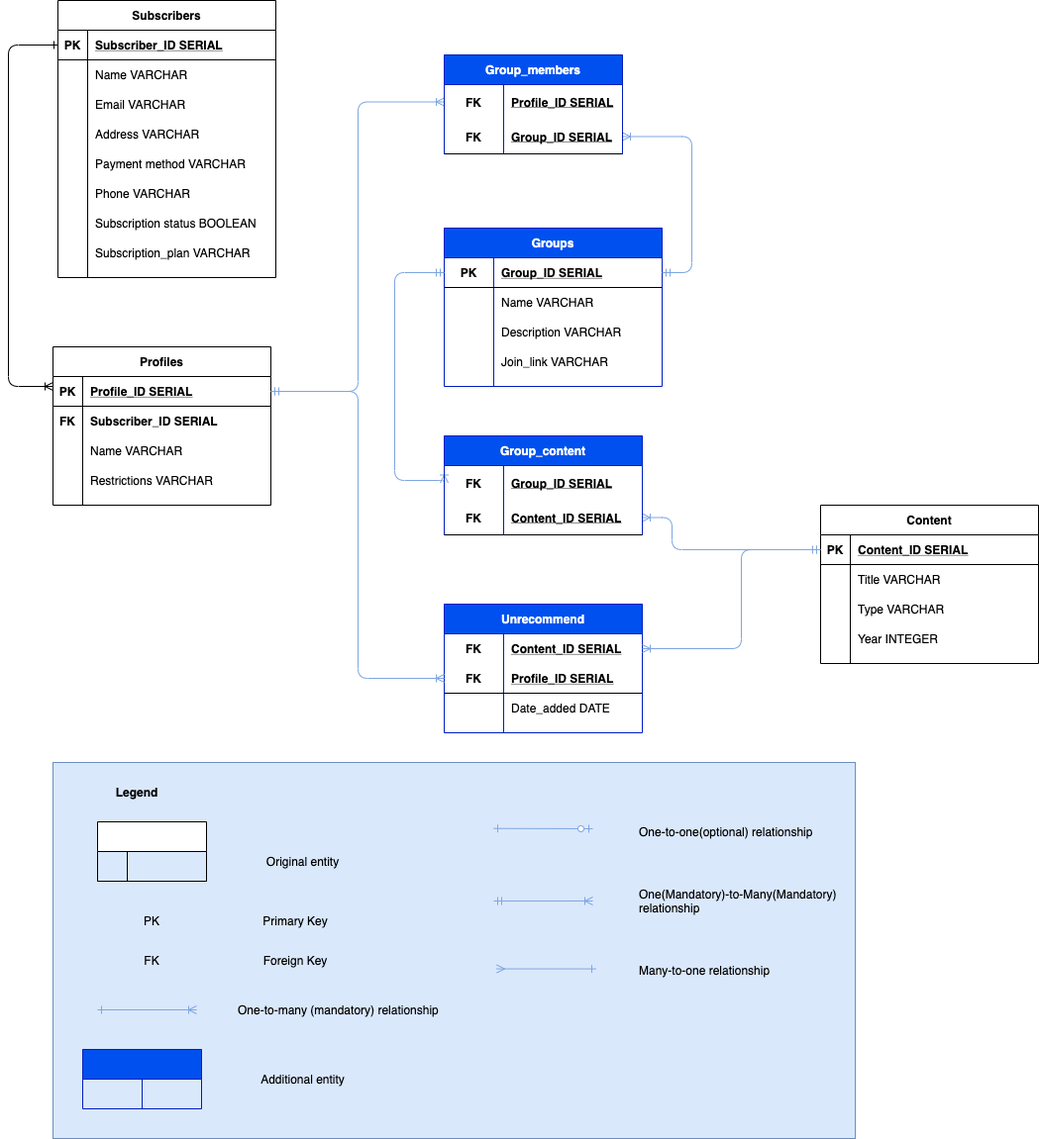
Before: docs/erd.png, a diagram exported from draw.io (ashley190/T3A3). Source tidied: cells renumbered, new cells last; positions are measured from the earlier drawing's top-left corner, leaving out a move shared by most shapes.
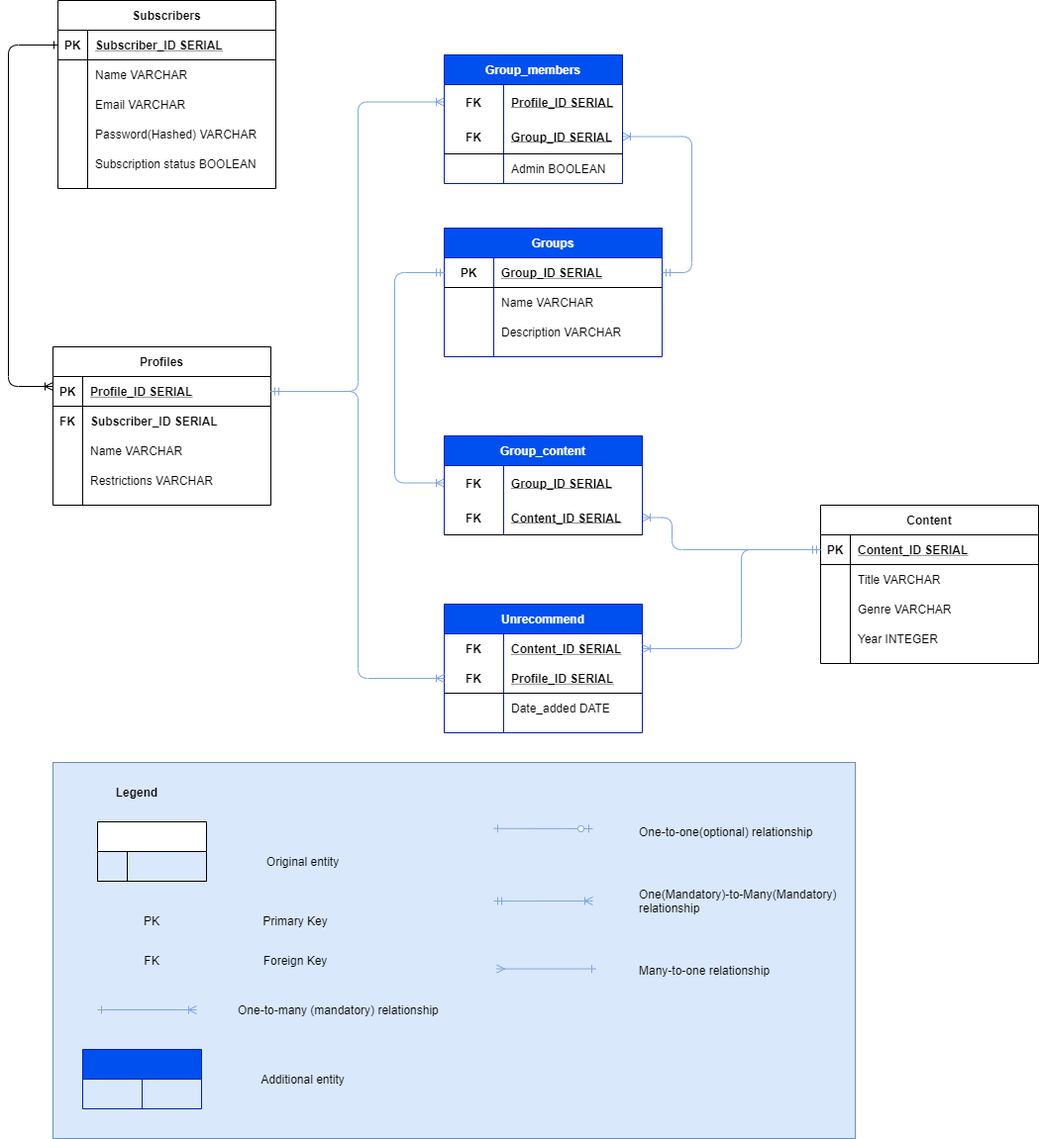
After the change.

What changed in the source:
```diff
@@ -71,7 +71,7 @@
     <mxCell id="24" style="shape=partialRectangle;fillColor=none;top=0;left=0;bottom=0;right=0;overflow=hidden;" parent="23" vertex="1">
       <mxGeometry width="30" height="30" as="geometry" />
     </mxCell>
-    <mxCell id="25" value="Type VARCHAR" style="shape=partialRectangle;fillColor=none;top=0;left=0;bottom=0;right=0;align=left;spacingLeft=6;overflow=hidden;" parent="23" vertex="1">
+    <mxCell id="25" value="Genre VARCHAR" style="shape=partialRectangle;fillColor=none;top=0;left=0;bottom=0;right=0;align=left;spacingLeft=6;overflow=hidden;" parent="23" vertex="1">
       <mxGeometry x="30" width="190" height="30" as="geometry" />
     </mxCell>
     <mxCell id="26" style="shape=partialRectangle;fillColor=none;top=0;left=0;bottom=0;right=0;" parent="16" vertex="1">
@@ -150,7 +150,7 @@
       <mxGeometry x="635" y="970" width="230" height="20" as="geometry" />
     </mxCell>
     <mxCell id="47" value="Groups" style="shape=table;startSize=30;rowLines=0;fontStyle=1;align=center;fillColor=#0050ef;strokeColor=#001DBC;fontColor=#ffffff;" parent="1" vertex="1">
-      <mxGeometry x="440" y="230" width="220" height="160" as="geometry" />
+      <mxGeometry x="440" y="230" width="220" height="130" as="geometry" />
     </mxCell>
     <mxCell id="48" style="shape=partialRectangle;fillColor=none;top=0;left=0;bottom=1;right=0;points=[[0,0.5],[1,0.5]];portConstraint=eastwest;" parent="47" vertex="1">
       <mxGeometry y="30" width="220" height="30" as="geometry" />
@@ -179,15 +179,6 @@
     <mxCell id="56" value="Description VARCHAR" style="shape=partialRectangle;fillColor=none;top=0;left=0;bottom=0;right=0;align=left;spacingLeft=6;overflow=hidden;" parent="54" vertex="1">
       <mxGeometry x="50" width="170" height="30" as="geometry" />
     </mxCell>
-    <mxCell id="57" style="shape=partialRectangle;fillColor=none;top=0;left=0;bottom=0;right=0;" parent="47" vertex="1">
-      <mxGeometry y="120" width="220" height="30" as="geometry" />
-    </mxCell>
-    <mxCell id="58" style="shape=partialRectangle;fillColor=none;top=0;left=0;bottom=0;right=0;overflow=hidden;" parent="57" vertex="1">
-      <mxGeometry width="50" height="30" as="geometry" />
-    </mxCell>
-    <mxCell id="59" value="Join_link VARCHAR" style="shape=partialRectangle;fillColor=none;top=0;left=0;bottom=0;right=0;align=left;spacingLeft=6;overflow=hidden;" parent="57" vertex="1">
-      <mxGeometry x="50" width="170" height="30" as="geometry" />
-    </mxCell>
     <mxCell id="60" style="edgeStyle=elbowEdgeStyle;fontSize=12;html=1;endArrow=ERoneToMany;startArrow=ERmandOne;exitX=1;exitY=0.5;exitDx=0;exitDy=0;endFill=0;startFill=0;strokeColor=#7EA6E0;entryX=1;entryY=0.5;entryDx=0;entryDy=0;" parent="1" edge="1" source="48" target="68">
       <mxGeometry relative="1" as="geometry">
         <Array as="points">
@@ -202,7 +193,7 @@
       <mxGeometry relative="1" as="geometry">
         <Array as="points">
           <mxPoint x="390" y="275" />
-          <mxPoint x="390" y="485" />
+          <mxPoint x="390" y="488" />
         </Array>
       </mxGeometry>
     </mxCell>
@@ -215,7 +206,7 @@
       </mxGeometry>
     </mxCell>
     <mxCell id="64" value="Group_members" style="shape=table;startSize=30;rowLines=0;fontStyle=1;align=center;fillColor=#0050ef;strokeColor=#001DBC;fontColor=#ffffff;" parent="1" vertex="1">
-      <mxGeometry x="440" y="55" width="180" height="100" as="geometry" />
+      <mxGeometry x="440" y="55" width="180" height="130" as="geometry" />
     </mxCell>
     <mxCell id="65" style="shape=partialRectangle;fillColor=none;top=0;left=0;bottom=0;right=0;points=[[0,0.5],[1,0.5]];portConstraint=eastwest;" parent="64" vertex="1">
       <mxGeometry y="30" width="180" height="35" as="geometry" />
@@ -235,6 +226,15 @@
     <mxCell id="70" value="Group_ID SERIAL" style="shape=partialRectangle;fillColor=none;top=0;left=0;bottom=0;right=0;align=left;spacingLeft=6;fontStyle=5;overflow=hidden;" parent="68" vertex="1">
       <mxGeometry x="60" width="120" height="35" as="geometry" />
     </mxCell>
+    <mxCell id="121" style="shape=partialRectangle;fillColor=none;top=0;left=0;bottom=0;right=0;" parent="64" vertex="1">
+      <mxGeometry y="100" width="180" height="30" as="geometry" />
+    </mxCell>
+    <mxCell id="122" style="shape=partialRectangle;fillColor=none;top=0;left=0;bottom=0;right=0;overflow=hidden;" parent="121" vertex="1">
+      <mxGeometry width="60" height="30" as="geometry" />
+    </mxCell>
+    <mxCell id="123" value="Admin BOOLEAN" style="shape=partialRectangle;fillColor=none;top=0;left=0;bottom=0;right=0;align=left;spacingLeft=6;overflow=hidden;" parent="121" vertex="1">
+      <mxGeometry x="60" width="120" height="30" as="geometry" />
+    </mxCell>
     <mxCell id="71" value="Group_content" style="shape=table;startSize=30;rowLines=0;fontStyle=1;align=center;fillColor=#0050ef;strokeColor=#001DBC;fontColor=#ffffff;" parent="1" vertex="1">
       <mxGeometry x="440" y="440" width="200" height="100" as="geometry" />
     </mxCell>
@@ -313,7 +313,7 @@
       <mxGeometry x="240" y="1080" width="115" height="20" as="geometry" />
     </mxCell>
     <mxCell id="95" value="Subscribers" style="shape=table;startSize=30;rowLines=0;fontStyle=1;align=center;" parent="1" vertex="1">
-      <mxGeometry x="50" width="220" height="280" as="geometry" />
+      <mxGeometry x="50" width="220" height="190" as="geometry" />
     </mxCell>
     <mxCell id="96" style="shape=partialRectangle;fillColor=none;top=0;left=0;bottom=1;right=0;points=[[0,0.5],[1,0.5]];portConstraint=eastwest;" parent="95" vertex="1">
       <mxGeometry y="30" width="220" height="30" as="geometry" />
@@ -348,29 +348,11 @@
     <mxCell id="106" style="shape=partialRectangle;fillColor=none;top=0;left=0;bottom=0;right=0;overflow=hidden;" parent="105" vertex="1">
       <mxGeometry width="30" height="30" as="geometry" />
     </mxCell>
-    <mxCell id="107" value="Address VARCHAR" style="shape=partialRectangle;fillColor=none;top=0;left=0;bottom=0;right=0;align=left;spacingLeft=6;overflow=hidden;" parent="105" vertex="1">
+    <mxCell id="107" value="Password(Hashed) VARCHAR" style="shape=partialRectangle;fillColor=none;top=0;left=0;bottom=0;right=0;align=left;spacingLeft=6;overflow=hidden;" parent="105" vertex="1">
       <mxGeometry x="30" width="190" height="30" as="geometry" />
     </mxCell>
-    <mxCell id="108" style="shape=partialRectangle;fillColor=none;top=0;left=0;bottom=0;right=0;" parent="95" vertex="1">
-      <mxGeometry y="150" width="220" height="30" as="geometry" />
-    </mxCell>
-    <mxCell id="109" style="shape=partialRectangle;fillColor=none;top=0;left=0;bottom=0;right=0;overflow=hidden;" parent="108" vertex="1">
-      <mxGeometry width="30" height="30" as="geometry" />
-    </mxCell>
-    <mxCell id="110" value="Payment method VARCHAR" style="shape=partialRectangle;fillColor=none;top=0;left=0;bottom=0;right=0;align=left;spacingLeft=6;overflow=hidden;" parent="108" vertex="1">
-      <mxGeometry x="30" width="190" height="30" as="geometry" />
-    </mxCell>
-    <mxCell id="111" style="shape=partialRectangle;fillColor=none;top=0;left=0;bottom=0;right=0;" parent="95" vertex="1">
-      <mxGeometry y="180" width="220" height="30" as="geometry" />
-    </mxCell>
-    <mxCell id="112" style="shape=partialRectangle;fillColor=none;top=0;left=0;bottom=0;right=0;overflow=hidden;" parent="111" vertex="1">
-      <mxGeometry width="30" height="30" as="geometry" />
-    </mxCell>
-    <mxCell id="113" value="Phone VARCHAR" style="shape=partialRectangle;fillColor=none;top=0;left=0;bottom=0;right=0;align=left;spacingLeft=6;overflow=hidden;" parent="111" vertex="1">
-      <mxGeometry x="30" width="190" height="30" as="geometry" />
-    </mxCell>
     <mxCell id="114" style="shape=partialRectangle;fillColor=none;top=0;left=0;bottom=0;right=0;" parent="95" vertex="1">
-      <mxGeometry y="210" width="220" height="30" as="geometry" />
+      <mxGeometry y="150" width="220" height="30" as="geometry" />
     </mxCell>
     <mxCell id="115" style="shape=partialRectangle;fillColor=none;top=0;left=0;bottom=0;right=0;overflow=hidden;" parent="114" vertex="1">
       <mxGeometry width="30" height="30" as="geometry" />
@@ -378,15 +360,6 @@
     <mxCell id="116" value="Subscription status BOOLEAN" style="shape=partialRectangle;fillColor=none;top=0;left=0;bottom=0;right=0;align=left;spacingLeft=6;overflow=hidden;" parent="114" vertex="1">
       <mxGeometry x="30" width="190" height="30" as="geometry" />
     </mxCell>
-    <mxCell id="117" style="shape=partialRectangle;fillColor=none;top=0;left=0;bottom=0;right=0;" parent="95" vertex="1">
-      <mxGeometry y="240" width="220" height="30" as="geometry" />
-    </mxCell>
-    <mxCell id="118" style="shape=partialRectangle;fillColor=none;top=0;left=0;bottom=0;right=0;overflow=hidden;" parent="117" vertex="1">
-      <mxGeometry width="30" height="30" as="geometry" />
-    </mxCell>
-    <mxCell id="119" value="Subscription_plan VARCHAR" style="shape=partialRectangle;fillColor=none;top=0;left=0;bottom=0;right=0;align=left;spacingLeft=6;overflow=hidden;" parent="117" vertex="1">
-      <mxGeometry x="30" width="190" height="30" as="geometry" />
-    </mxCell>
     <mxCell id="120" style="edgeStyle=orthogonalEdgeStyle;fontSize=12;html=1;endArrow=ERoneToMany;exitX=0;exitY=0.5;exitDx=0;exitDy=0;entryX=0;entryY=0.25;entryDx=0;entryDy=0;startArrow=ERone;startFill=0;" parent="1" edge="1" source="96" target="3">
       <mxGeometry relative="1" as="geometry">
         <Array as="points">
```
